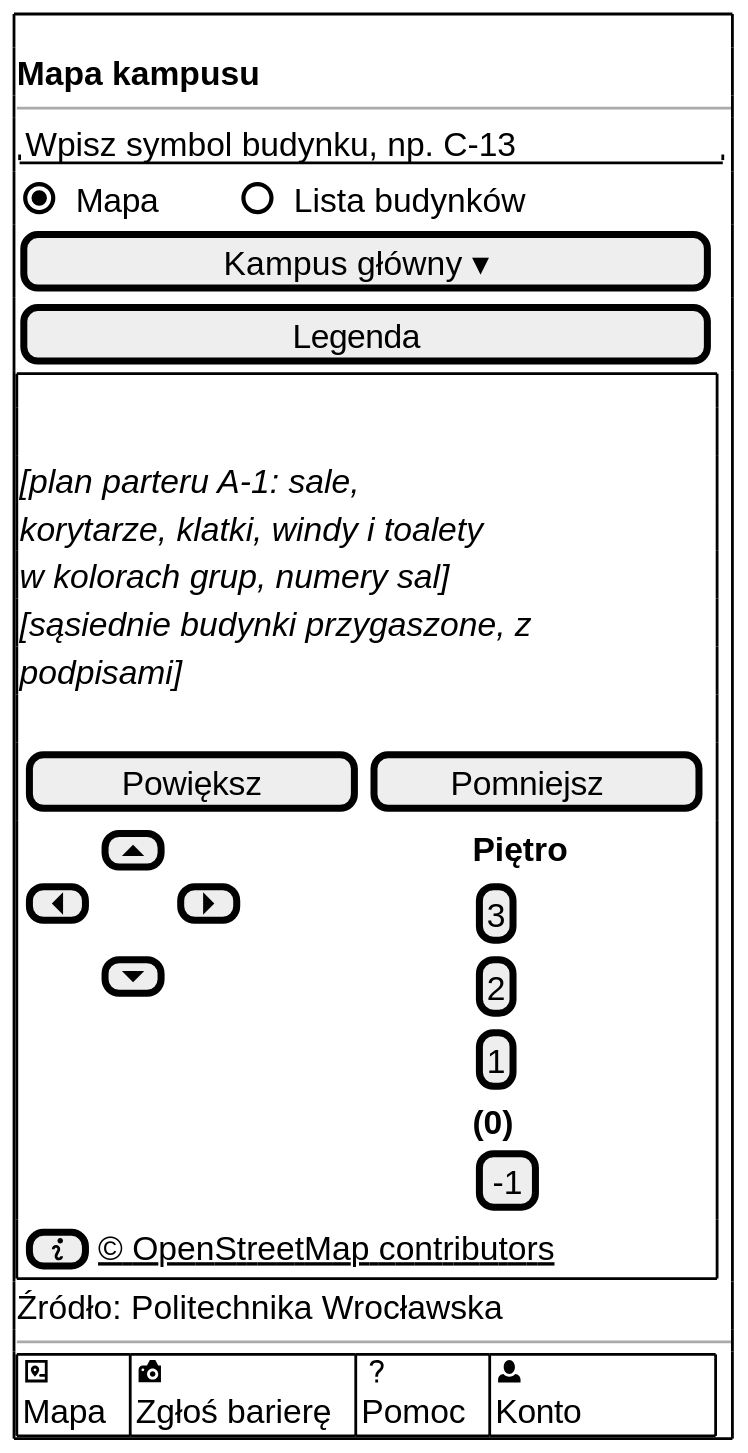
This is docs/docs/_generated/m-v1-mapa-plan.svg from dostepny-kampus/dostepny-kampus, a PlantUML export, as it was before one commit. The source it was exported from:
```plantuml
@startsalt
' V1 Mapa kampusu, plan piętra po przybliżeniu budynku szczegółowego (US16.1): piętro wejścia zalecanego,
' kolumna pięter po prawej pod przyciskami mapy, sąsiednie budynki przygaszone, podpis źródła.
!include _wspolne.iuml
!include _odwiedzajacy.iuml
$ekran_poczatek()
$naglowek_startowy("Mapa kampusu")
$pole_tekstowe("Wpisz symbol budynku, np. C-13")
$przelacznik("Mapa", "Lista budynków", 1)
$przycisk("Kampus główny ▾")
$przycisk("Legenda")
$ramka()
.
$tekst("[plan parteru A-1: sale, korytarze, klatki, windy i toalety w kolorach grup, numery sal]", "i")
$tekst("[sąsiednie budynki przygaszone, z podpisami]", "i")
.
$przyciski_obok("Powiększ", "Pomniejsz")
{
  . | [<&caret-top>] | . | $dk_spacje(12) | <b>Piętro</b>
  [<&caret-left>] | . | [<&caret-right>] | . | [3]
  . | [<&caret-bottom>] | . | . | [2]
  . | . | . | . | [1]
  . | . | . | . | <b>(0)</b>
  . | . | . | . | [-1]
}
{ [<&info>] | <u>© OpenStreetMap contributors</u> }
}
Źródło: Politechnika Wrocławska
$pasek_dolny_konto()
$ekran_koniec()
@endsalt
```
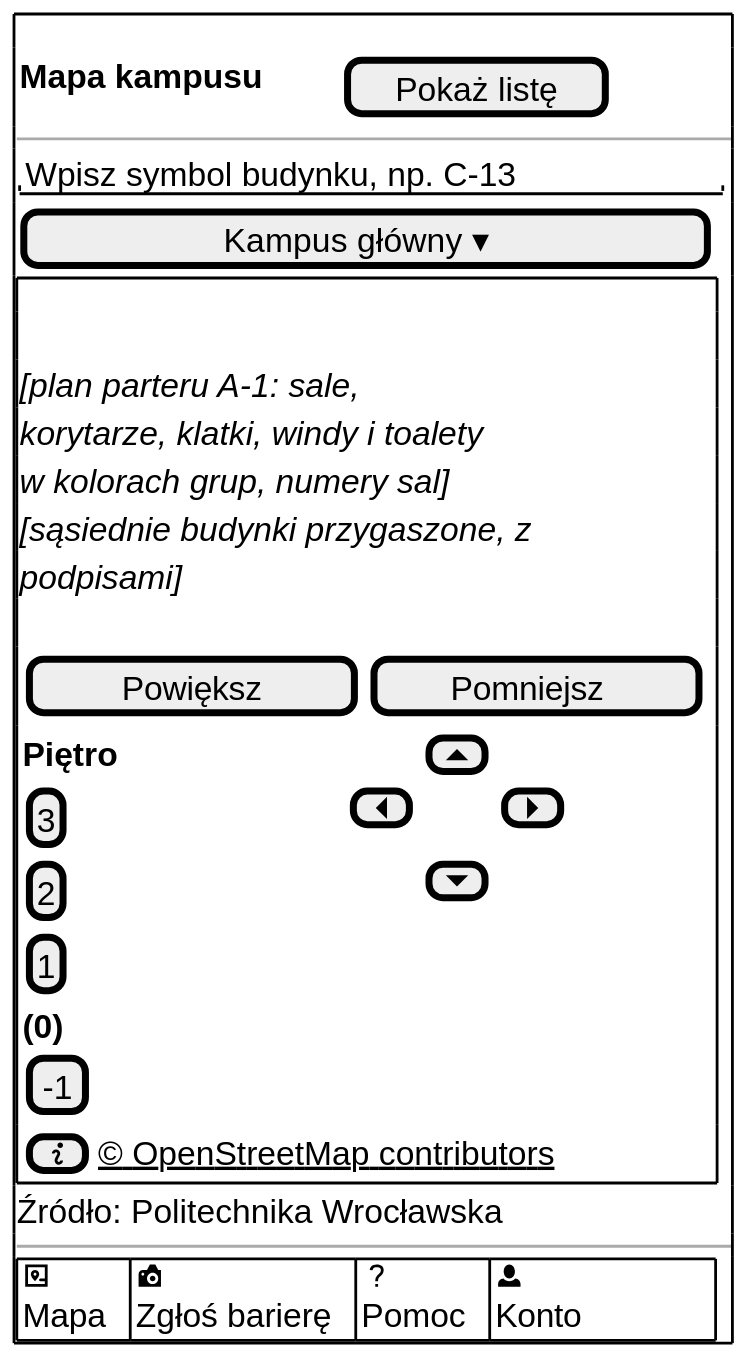
The same file after the commit.

Change to the diagram source:
```diff
@@ -1,14 +1,12 @@
 @startsalt
 ' V1 Mapa kampusu, plan piętra po przybliżeniu budynku szczegółowego (US16.1): piętro wejścia zalecanego,
-' kolumna pięter po prawej pod przyciskami mapy, sąsiednie budynki przygaszone, podpis źródła.
+' kolumna pięter po lewej pod przyciskiem terenu, sąsiednie budynki przygaszone, podpis źródła.
 !include _wspolne.iuml
 !include _odwiedzajacy.iuml
 $ekran_poczatek()
-$naglowek_startowy("Mapa kampusu")
+$naglowek_mapy("Pokaż listę")
 $pole_tekstowe("Wpisz symbol budynku, np. C-13")
-$przelacznik("Mapa", "Lista budynków", 1)
 $przycisk("Kampus główny ▾")
-$przycisk("Legenda")
 $ramka()
 .
 $tekst("[plan parteru A-1: sale, korytarze, klatki, windy i toalety w kolorach grup, numery sal]", "i")
@@ -16,12 +14,12 @@
 .
 $przyciski_obok("Powiększ", "Pomniejsz")
 {
-  . | [<&caret-top>] | . | $dk_spacje(12) | <b>Piętro</b>
-  [<&caret-left>] | . | [<&caret-right>] | . | [3]
-  . | [<&caret-bottom>] | . | . | [2]
-  . | . | . | . | [1]
-  . | . | . | . | <b>(0)</b>
-  . | . | . | . | [-1]
+  <b>Piętro</b> | $dk_spacje(12) | . | [<&caret-top>] | .
+  [3] | . | [<&caret-left>] | . | [<&caret-right>]
+  [2] | . | . | [<&caret-bottom>] | .
+  [1] | . | . | . | .
+  <b>(0)</b> | . | . | . | .
+  [-1] | . | . | . | .
 }
 { [<&info>] | <u>© OpenStreetMap contributors</u> }
 }
```
